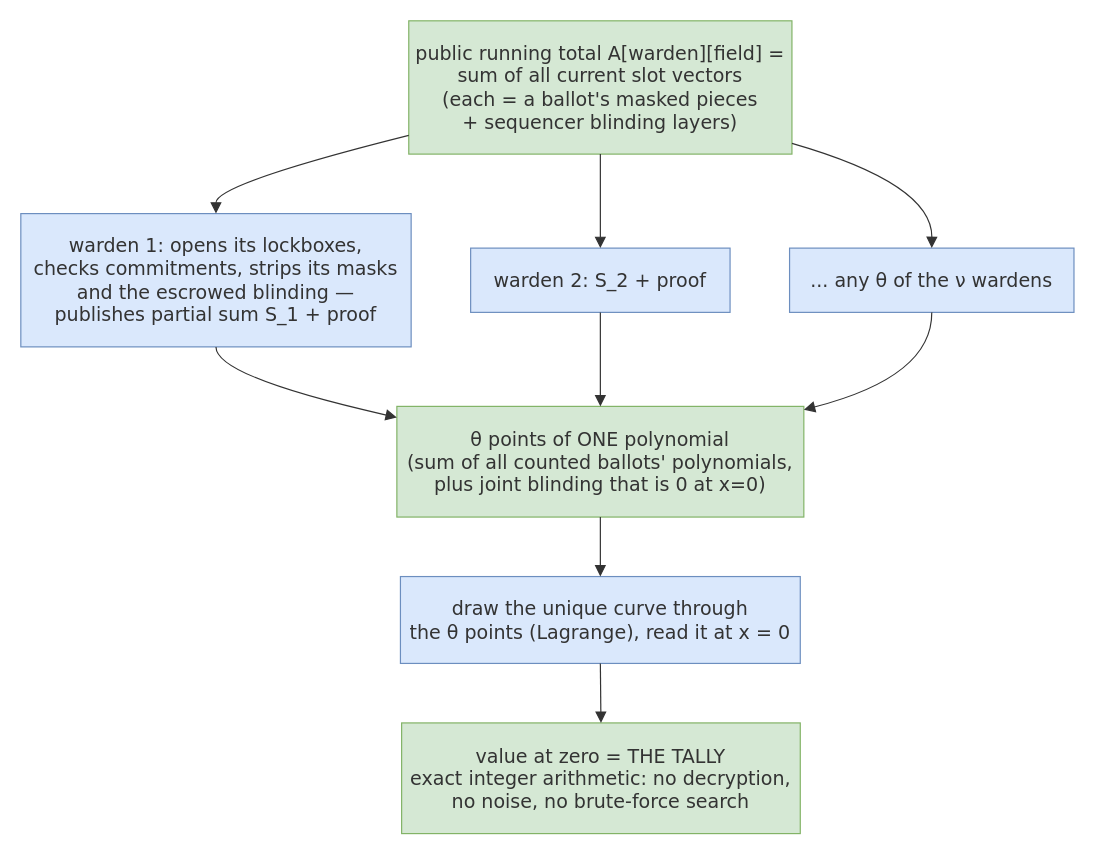
Earlier version of the draw.io diagram v3-pq/figures/src/tally-algebra.drawio (vocdoni/davinci-paper). Source tidied: cells renumbered, new cells numbered last; positions are measured from the earlier drawing's top-left corner, leaving out a move shared by most shapes. Both pictures are drawn from the tidied source at 119%, with x=0, y=0 at pixel (20, 20).
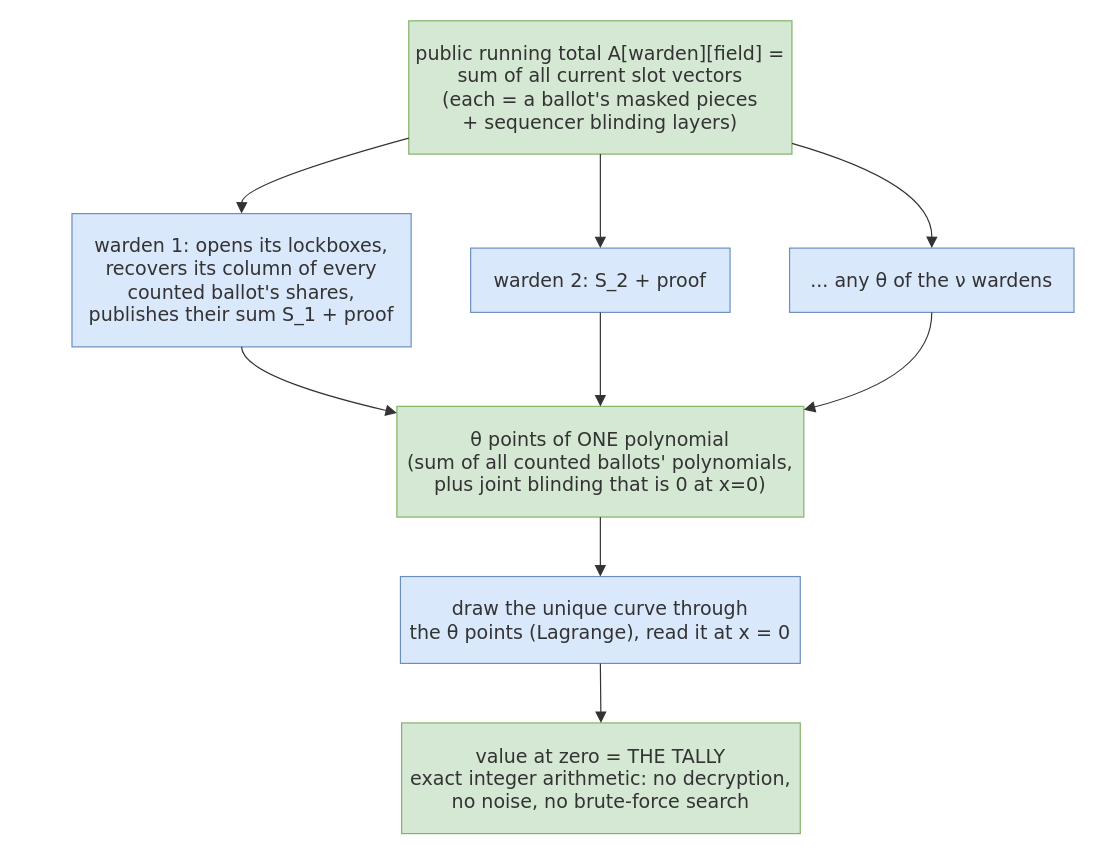
The same page after the edit.

Commit message (it also covers changes not shown here):
feat(v3-pq): spec v1.5, direct-share tally and operability round

Unchanged cells that the change refers to:
```xml
<mxCell id="2" value="public running total A[warden][field] =&#10;sum of all current slot vectors&#10;(each = a ballot's masked pieces&#10;+ sequencer blinding layers)" style="html=1;whiteSpace=wrap;strokeWidth=1;fillColor=#d5e8d4;strokeColor=#82b366;fontColor=light-dark(#333333,#cccccc);fontFamily=Trebuchet MS,Verdana,Arial,sans-serif;fontSize=16;" parent="1" vertex="1">
  <mxGeometry x="326" width="322" height="112" as="geometry" />
</mxCell>
<mxCell id="6" value="θ points of ONE polynomial&#10;(sum of all counted ballots' polynomials,&#10;plus joint blinding that is 0 at x=0)" style="html=1;whiteSpace=wrap;strokeWidth=1;fillColor=#d5e8d4;strokeColor=#82b366;fontColor=light-dark(#333333,#cccccc);fontFamily=Trebuchet MS,Verdana,Arial,sans-serif;fontSize=16;" parent="1" vertex="1">
  <mxGeometry x="316" y="324" width="342" height="93" as="geometry" />
</mxCell>
```

Diff of the diagram source:
```diff
@@
-    <mxCell id="3" value="warden 1: opens its lockboxes,&#10;checks commitments, strips its masks&#10;and the escrowed blinding —&#10;publishes partial sum S_1 + proof" style="html=1;whiteSpace=wrap;strokeWidth=1;fillColor=#dae8fc;strokeColor=#6c8ebf;fontColor=light-dark(#333333,#cccccc);fontFamily=Trebuchet MS,Verdana,Arial,sans-serif;fontSize=16;" parent="1" vertex="1">
-      <mxGeometry y="162" width="328" height="112" as="geometry" />
+    <mxCell id="3" value="warden 1: opens its lockboxes,&#10;recovers its column of every&#10;counted ballot's shares,&#10;publishes their sum S_1 + proof" style="html=1;whiteSpace=wrap;strokeWidth=1;fillColor=#dae8fc;strokeColor=#6c8ebf;fontColor=light-dark(#333333,#cccccc);fontFamily=Trebuchet MS,Verdana,Arial,sans-serif;fontSize=16;" parent="1" vertex="1">
+      <mxGeometry x="43" y="162" width="285" height="112" as="geometry" />
     </mxCell>
@@
-    <mxCell id="9" style="curved=1;startArrow=none;endArrow=block;endSize=7;strokeColor=light-dark(#333333,#cccccc);exitX=0;exitY=0.86;entryX=0.5;entryY=0;" parent="1" edge="1" source="2" target="3">
+    <mxCell id="9" style="curved=1;startArrow=none;endArrow=block;endSize=7;strokeColor=light-dark(#333333,#cccccc);exitX=0;exitY=0.88;entryX=0.5;entryY=0;" parent="1" edge="1" source="2" target="3">
       <mxGeometry relative="1" as="geometry">
         <Array as="points">
-          <mxPoint x="164" y="137" />
+          <mxPoint x="186" y="137" />
         </Array>
       </mxGeometry>
     </mxCell>
@@
-    <mxCell id="12" style="curved=1;startArrow=none;endArrow=block;endSize=7;strokeColor=light-dark(#333333,#cccccc);exitX=0.5;exitY=1;entryX=0;entryY=0.1;" parent="1" edge="1" source="3" target="6">
+    <mxCell id="12" style="curved=1;startArrow=none;endArrow=block;endSize=7;strokeColor=light-dark(#333333,#cccccc);exitX=0.5;exitY=1;entryX=0;entryY=0.06;" parent="1" edge="1" source="3" target="6">
       <mxGeometry relative="1" as="geometry">
         <Array as="points">
-          <mxPoint x="164" y="299" />
+          <mxPoint x="186" y="299" />
         </Array>
       </mxGeometry>
     </mxCell>
```
